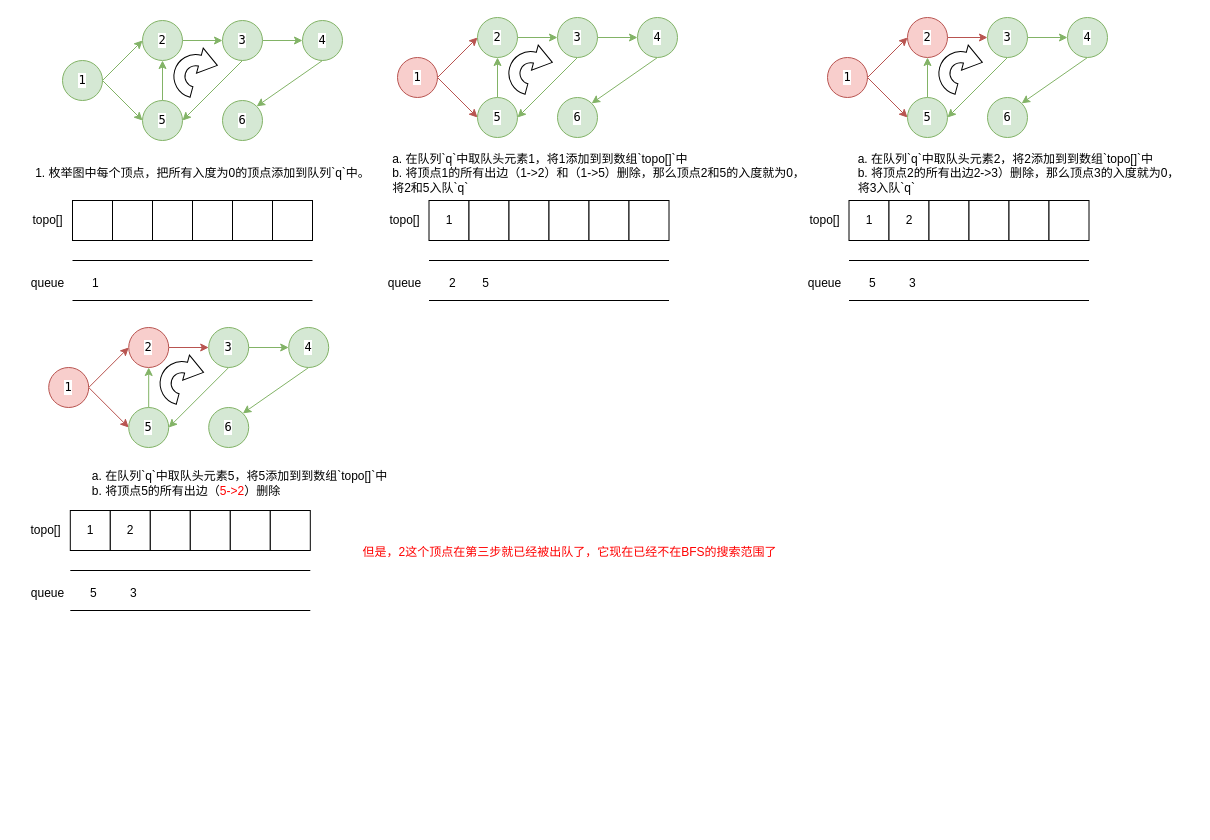
Earlier version of the draw.io diagram page "第 3 页" (3 of 4) of 算法/图论 1.drawio (xyshawy/DRAW). Source tidied: cells renumbered, new cells numbered last; positions are measured from the earlier drawing's top-left corner, leaving out a move shared by most shapes. Both pictures are drawn from the tidied source at 100%, with x=0, y=0 at pixel (17, 17).
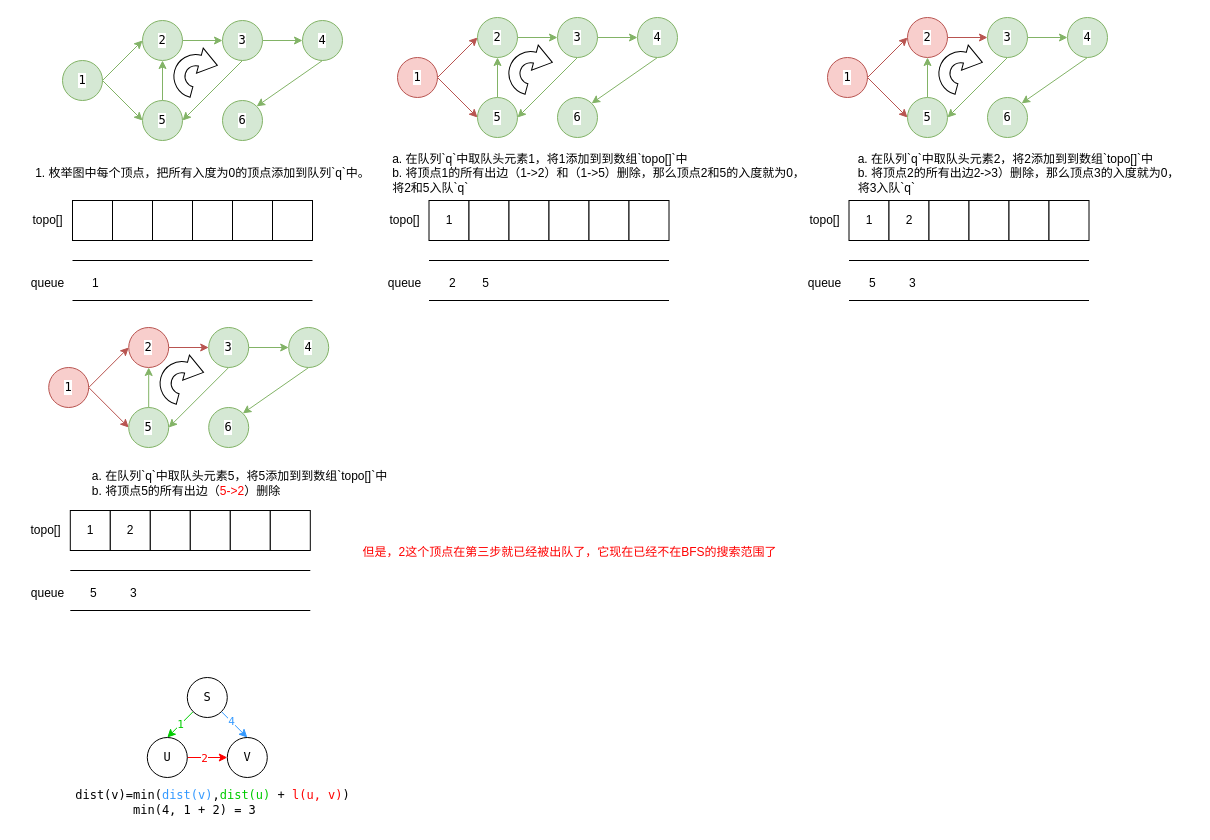
The same diagram, later.

Diff of the diagram source:
```diff
@@
+    <mxCell id="107" value="&lt;font color=&quot;#00cc00&quot;&gt;1&lt;/font&gt;" style="rounded=0;jettySize=auto;html=1;exitX=0;exitY=1;exitDx=0;exitDy=0;entryX=0.5;entryY=0;entryDx=0;entryDy=0;fontFamily=Menlo;strokeColor=#00CC00;" parent="1" edge="1" source="110" target="113">
+      <mxGeometry relative="1" as="geometry" />
+    </mxCell>
+    <mxCell id="108" style="rounded=0;jettySize=auto;html=1;exitX=1;exitY=1;exitDx=0;exitDy=0;entryX=0.5;entryY=0;entryDx=0;entryDy=0;fontFamily=Menlo;fontColor=#3399FF;fillColor=#dae8fc;strokeColor=#3399FF;" parent="1" edge="1" source="110" target="114">
+      <mxGeometry relative="1" as="geometry" />
+    </mxCell>
+    <mxCell id="109" value="4" style="edgeLabel;html=1;align=center;verticalAlign=middle;fontFamily=Menlo;fontColor=#3399FF;" parent="108" vertex="1">
+      <mxGeometry x="-0.27" relative="1" as="geometry" />
+    </mxCell>
+    <mxCell id="110" value="S" style="ellipse;whiteSpace=wrap;html=1;fontFamily=Menlo;" parent="1" vertex="1">
+      <mxGeometry x="169.8" y="660" width="40" height="40" as="geometry" />
+    </mxCell>
+    <mxCell id="111" style="edgeStyle=orthogonalEdgeStyle;rounded=0;jettySize=auto;html=1;exitX=1;exitY=0.5;exitDx=0;exitDy=0;entryX=0;entryY=0.5;entryDx=0;entryDy=0;fontFamily=Menlo;fontColor=#FF0000;strokeColor=#FF0000;" parent="1" edge="1" source="113" target="114">
+      <mxGeometry relative="1" as="geometry" />
+    </mxCell>
+    <mxCell id="112" value="2" style="edgeLabel;html=1;align=center;verticalAlign=middle;fontFamily=Menlo;fontColor=#FF0000;" parent="111" vertex="1">
+      <mxGeometry x="-0.13" relative="1" as="geometry" />
+    </mxCell>
+    <mxCell id="113" value="U" style="ellipse;whiteSpace=wrap;html=1;fontFamily=Menlo;" parent="1" vertex="1">
+      <mxGeometry x="129.8" y="720" width="40" height="40" as="geometry" />
+    </mxCell>
+    <mxCell id="114" value="V" style="ellipse;whiteSpace=wrap;html=1;fontFamily=Menlo;" parent="1" vertex="1">
+      <mxGeometry x="209.8" y="720" width="40" height="40" as="geometry" />
+    </mxCell>
+    <mxCell id="115" value="dist(v)=min(&lt;font color=&quot;#3399ff&quot;&gt;dist(v)&lt;/font&gt;,&lt;font color=&quot;#00cc00&quot;&gt;dist(u)&lt;/font&gt; + &lt;font color=&quot;#ff0000&quot;&gt;l(u, v)&lt;/font&gt;)&lt;br&gt;&lt;div style=&quot;text-align: left;&quot;&gt;&lt;span style=&quot;font-size: 12px;&quot;&gt;&lt;span style=&quot;white-space: pre;&quot;&gt;&#9;&lt;/span&gt;min(4, 1 + 2) = 3&lt;br&gt;&lt;/span&gt;&lt;/div&gt;" style="text;html=1;align=center;verticalAlign=middle;strokeColor=none;fillColor=none;fontFamily=Menlo;" parent="1" vertex="1">
+      <mxGeometry x="45" y="765" width="300" height="40" as="geometry" />
+    </mxCell>
```
